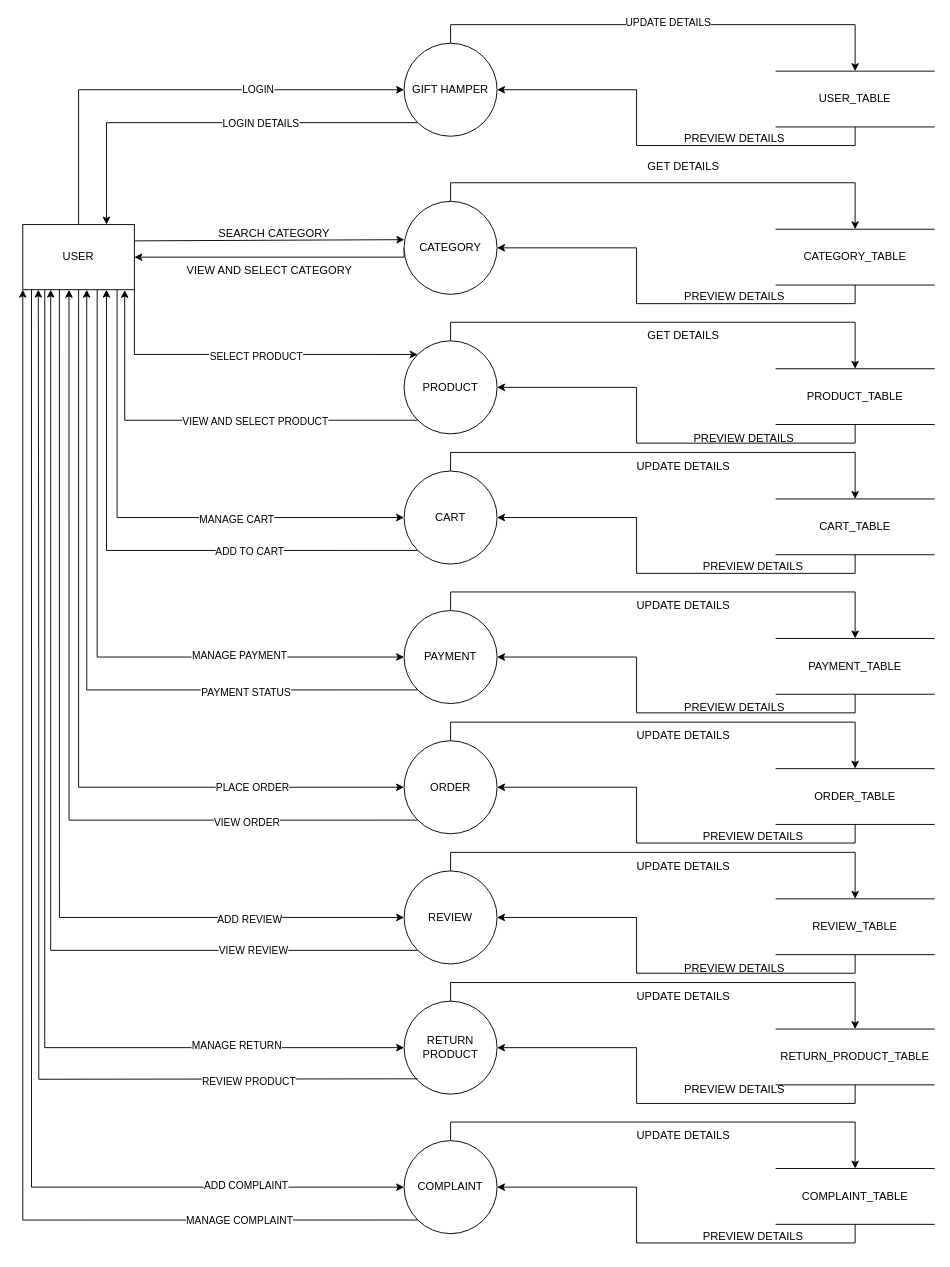
This is page "DFD-1(USER)" (12 of 18) of DOCUMENTATION.drawio from panchalbhavya2210/gift_documentation, a draw.io file, before an edit. Source tidied: cells renumbered, new cells numbered last; positions are measured from the earlier drawing's top-left corner, leaving out a move shared by most shapes. Both pictures are drawn from the tidied source at 93%, with x=0, y=0 at pixel (22, 43).
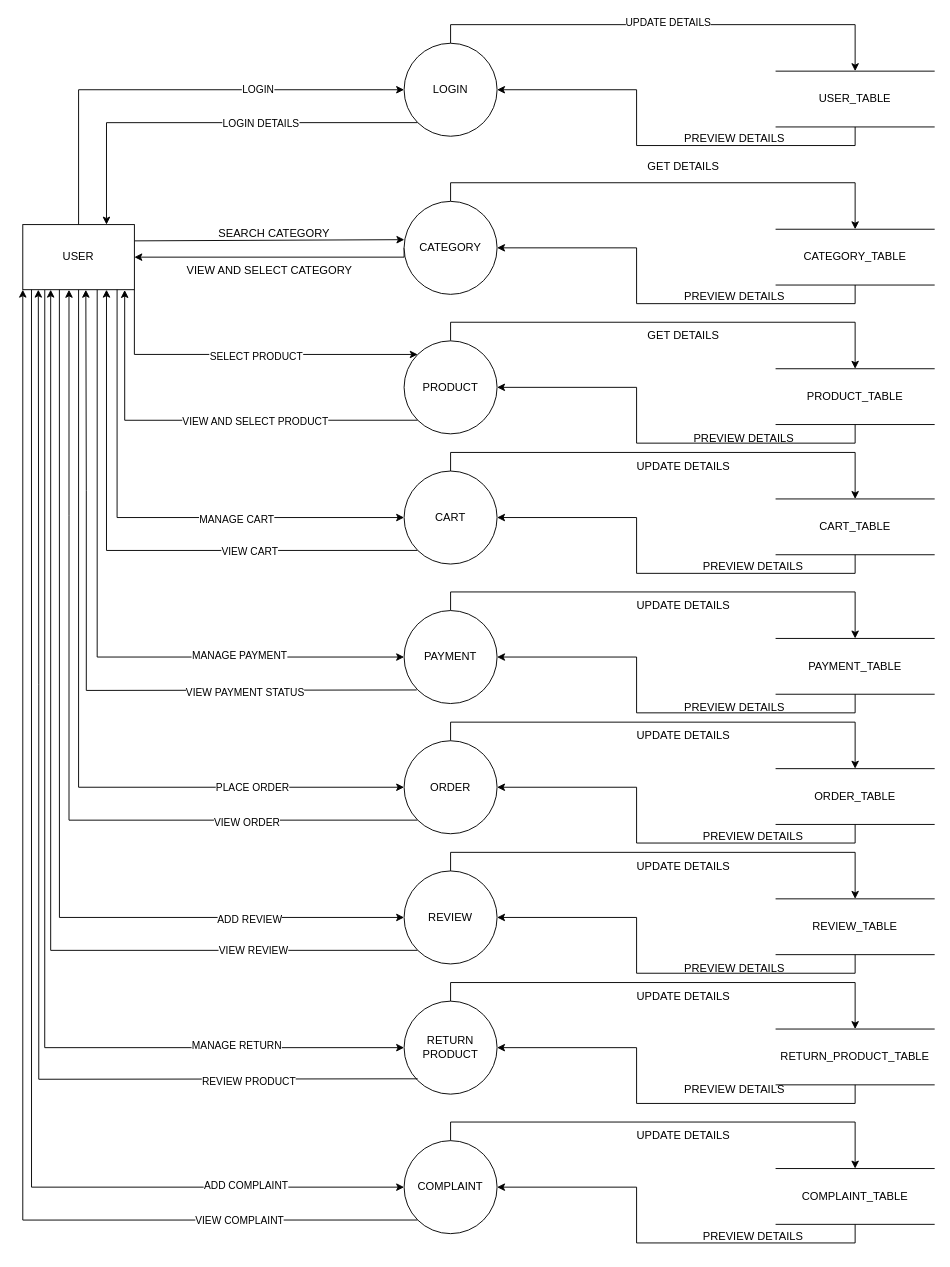
The same diagram, later.

Unchanged cells that the change refers to:
```xml
<mxCell id="24" value="USER" style="rounded=0;whiteSpace=wrap;html=1;" parent="1" vertex="1">
  <mxGeometry y="195" width="120" height="70" as="geometry" />
</mxCell>
<mxCell id="36" style="edgeStyle=orthogonalEdgeStyle;rounded=0;jettySize=auto;html=1;exitX=0;exitY=1;exitDx=0;exitDy=0;entryX=0.75;entryY=1;entryDx=0;entryDy=0;" parent="1" edge="1" source="38" target="24">
  <mxGeometry relative="1" as="geometry" />
</mxCell>
<mxCell id="44" value="PAYMENT" style="ellipse;whiteSpace=wrap;html=1;" parent="1" vertex="1">
  <mxGeometry x="410" y="610" width="100" height="100" as="geometry" />
</mxCell>
<mxCell id="72" style="edgeStyle=orthogonalEdgeStyle;rounded=0;jettySize=auto;html=1;exitX=0;exitY=1;exitDx=0;exitDy=0;entryX=0;entryY=1;entryDx=0;entryDy=0;" parent="1" edge="1" source="74" target="24">
  <mxGeometry relative="1" as="geometry" />
</mxCell>
```

The edit, as a diff of the source:
```diff
@@
-    <mxCell id="37" value="ADD TO CART" style="edgeLabel;html=1;align=center;verticalAlign=middle;" parent="36" vertex="1">
+    <mxCell id="37" value="VIEW CART" style="edgeLabel;html=1;align=center;verticalAlign=middle;" parent="36" vertex="1">
       <mxGeometry x="-0.41" y="1" relative="1" as="geometry" />
     </mxCell>
@@
-    <mxCell id="73" value="MANAGE COMPLAINT" style="edgeLabel;html=1;align=center;verticalAlign=middle;" parent="72" vertex="1">
+    <mxCell id="73" value="VIEW COMPLAINT" style="edgeLabel;html=1;align=center;verticalAlign=middle;" parent="72" vertex="1">
       <mxGeometry x="-0.73" relative="1" as="geometry" />
     </mxCell>
@@
-    <mxCell id="81" style="edgeStyle=orthogonalEdgeStyle;rounded=0;jettySize=auto;html=1;exitX=0;exitY=1;exitDx=0;exitDy=0;entryX=0.573;entryY=1.001;entryDx=0;entryDy=0;entryPerimeter=0;" parent="1" edge="1" source="44" target="24">
-      <mxGeometry relative="1" as="geometry" />
+    <mxCell id="81" style="edgeStyle=orthogonalEdgeStyle;rounded=0;orthogonalLoop=1;jettySize=auto;html=1;exitX=0;exitY=1;exitDx=0;exitDy=0;entryX=0.573;entryY=1.001;entryDx=0;entryDy=0;entryPerimeter=0;" parent="1" edge="1">
+      <mxGeometry relative="1" as="geometry">
+        <mxPoint x="423.6" y="695.4" as="sourcePoint" />
+        <mxPoint x="67.8" y="265.1" as="targetPoint" />
+      </mxGeometry>
     </mxCell>
-    <mxCell id="82" value="PAYMENT STATUS" style="edgeLabel;html=1;align=center;verticalAlign=middle;" parent="81" vertex="1">
+    <mxCell id="82" value="VIEW PAYMENT STATUS" style="edgeLabel;html=1;align=center;verticalAlign=middle;" parent="81" vertex="1">
       <mxGeometry x="-0.53" y="2" relative="1" as="geometry" />
     </mxCell>
@@
-    <mxCell id="89" value="GIFT HAMPER" style="ellipse;whiteSpace=wrap;html=1;" parent="1" vertex="1">
+    <mxCell id="89" value="LOGIN" style="ellipse;whiteSpace=wrap;html=1;" parent="1" vertex="1">
       <mxGeometry x="410" width="100" height="100" as="geometry" />
     </mxCell>
```
